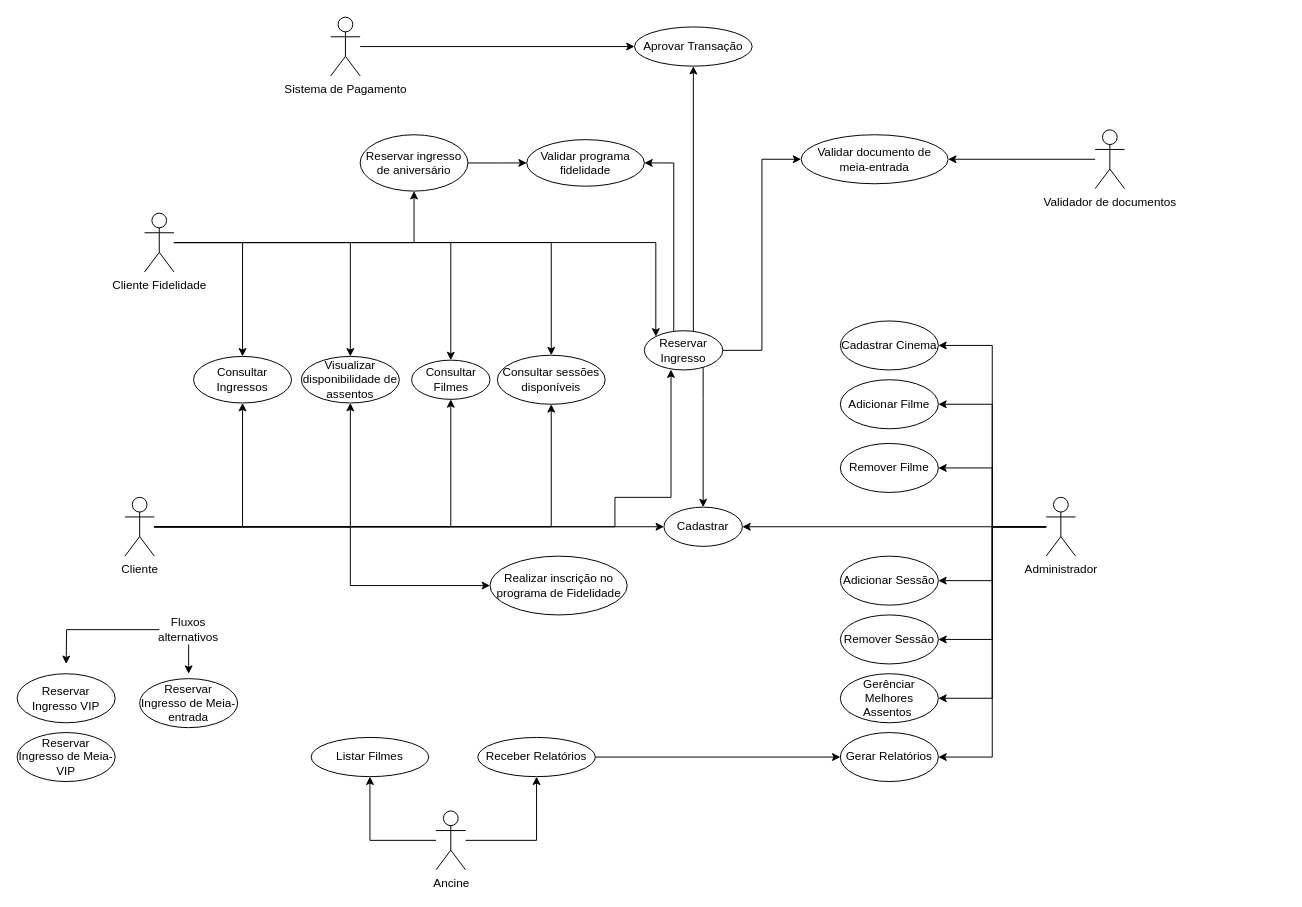
Earlier version of the draw.io diagram Projeto 1.drawio (JnSGoncalves/Modelagem-de-Software). Source tidied: cells renumbered, new cells numbered last; positions are measured from the earlier drawing's top-left corner, leaving out a move shared by most shapes. Both pictures are drawn from the tidied source at 98%, with x=0, y=0 at pixel (17, 17).
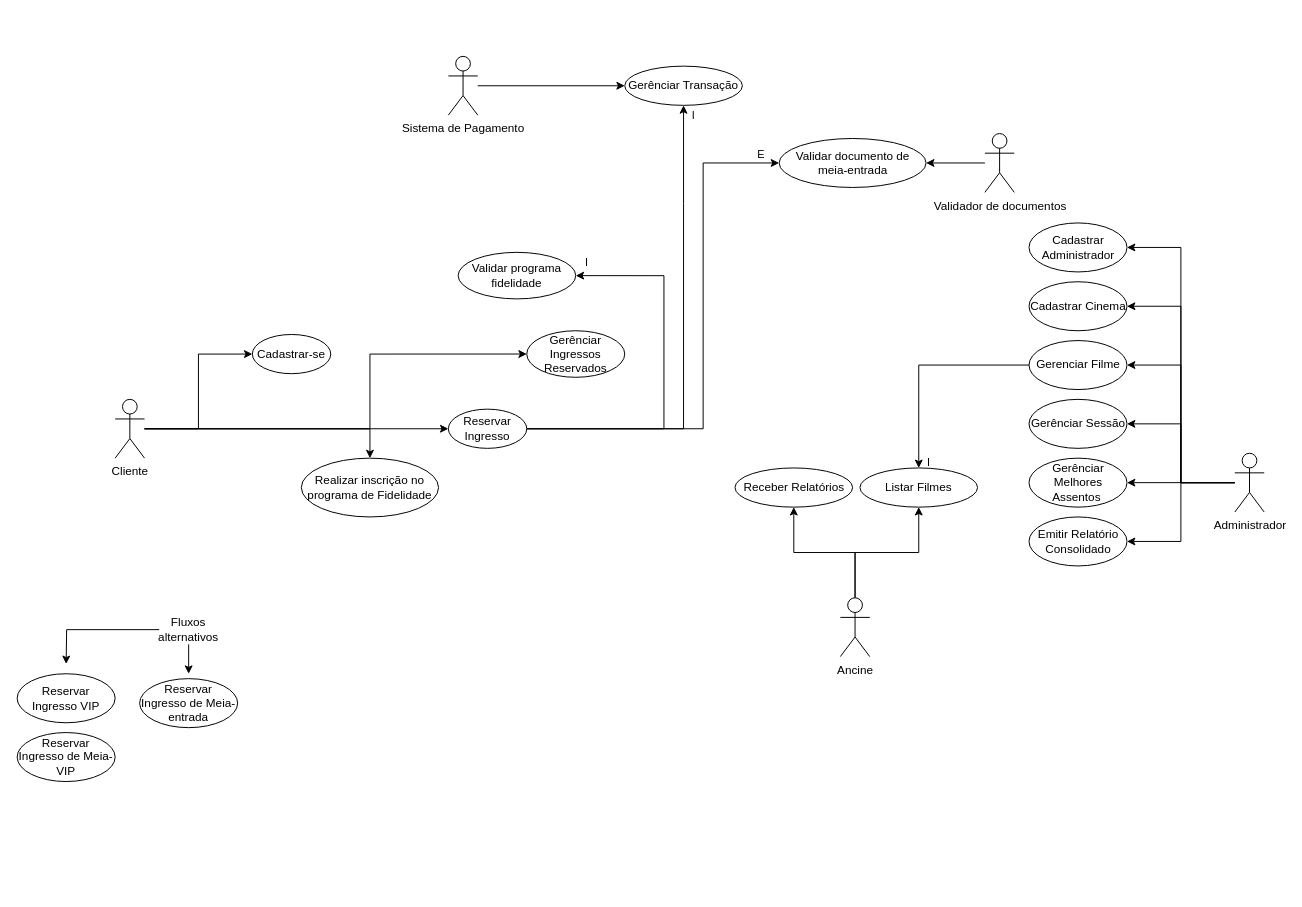
Above is the later version.

What changed in the source:
```diff
@@
+    <mxCell id="3" style="edgeStyle=orthogonalEdgeStyle;rounded=0;jettySize=auto;html=1;entryX=0;entryY=0.5;entryDx=0;entryDy=0;" parent="1" edge="1" source="9" target="25">
+      <mxGeometry relative="1" as="geometry" />
+    </mxCell>
+    <mxCell id="8" style="edgeStyle=orthogonalEdgeStyle;rounded=0;jettySize=auto;html=1;entryX=0.5;entryY=0;entryDx=0;entryDy=0;" parent="1" edge="1" source="9" target="23">
+      <mxGeometry relative="1" as="geometry" />
+    </mxCell>
-    <mxCell id="2" style="edgeStyle=orthogonalEdgeStyle;rounded=0;jettySize=auto;html=1;entryX=0.34;entryY=0.99;entryDx=0;entryDy=0;entryPerimeter=0;" parent="1" edge="1" source="9" target="53">
-      <mxGeometry relative="1" as="geometry">
-        <Array as="points">
-          <mxPoint x="610" y="520" />
-          <mxPoint x="610" y="490" />
-          <mxPoint x="667" y="490" />
-        </Array>
-      </mxGeometry>
+    <mxCell id="2" style="edgeStyle=orthogonalEdgeStyle;rounded=0;jettySize=auto;html=1;" parent="1" edge="1" source="9" target="53">
+      <mxGeometry relative="1" as="geometry" />
     </mxCell>
-    <mxCell id="3" style="edgeStyle=orthogonalEdgeStyle;rounded=0;jettySize=auto;html=1;entryX=0;entryY=0.5;entryDx=0;entryDy=0;" parent="1" edge="1" source="9" target="25">
-      <mxGeometry relative="1" as="geometry" />
-    </mxCell>
-    <mxCell id="4" style="edgeStyle=orthogonalEdgeStyle;rounded=0;jettySize=auto;html=1;entryX=0.5;entryY=1;entryDx=0;entryDy=0;" parent="1" edge="1" source="9" target="42">
-      <mxGeometry relative="1" as="geometry">
-        <Array as="points">
-          <mxPoint x="545" y="520" />
-        </Array>
-      </mxGeometry>
-    </mxCell>
-    <mxCell id="5" style="edgeStyle=orthogonalEdgeStyle;rounded=0;jettySize=auto;html=1;" parent="1" edge="1" source="9" target="24">
-      <mxGeometry relative="1" as="geometry" />
-    </mxCell>
-    <mxCell id="6" style="edgeStyle=orthogonalEdgeStyle;rounded=0;jettySize=auto;html=1;entryX=0.5;entryY=1;entryDx=0;entryDy=0;" parent="1" edge="1" source="9" target="55">
-      <mxGeometry relative="1" as="geometry" />
-    </mxCell>
-    <mxCell id="7" style="edgeStyle=orthogonalEdgeStyle;rounded=0;jettySize=auto;html=1;" parent="1" edge="1" source="9" target="54">
-      <mxGeometry relative="1" as="geometry" />
-    </mxCell>
-    <mxCell id="8" style="edgeStyle=orthogonalEdgeStyle;rounded=0;jettySize=auto;html=1;entryX=0;entryY=0.5;entryDx=0;entryDy=0;" parent="1" edge="1" source="9" target="23">
-      <mxGeometry relative="1" as="geometry">
-        <Array as="points">
-          <mxPoint x="340" y="520" />
-          <mxPoint x="340" y="580" />
-        </Array>
-      </mxGeometry>
-    </mxCell>
+    <mxCell id="65" style="edgeStyle=orthogonalEdgeStyle;rounded=0;jettySize=auto;html=1;entryX=0;entryY=0.5;entryDx=0;entryDy=0;" parent="1" edge="1" source="9" target="69">
+      <mxGeometry relative="1" as="geometry">
+        <Array as="points">
+          <mxPoint x="360" y="420" />
+          <mxPoint x="360" y="344" />
+        </Array>
+      </mxGeometry>
+    </mxCell>
     <mxCell id="9" value="Cliente" style="shape=umlActor;verticalLabelPosition=bottom;verticalAlign=top;html=1;outlineConnect=0;" parent="1" vertex="1">
-      <mxGeometry x="110" y="490" width="30" height="60" as="geometry" />
+      <mxGeometry x="100" y="390" width="30" height="60" as="geometry" />
     </mxCell>
+    <mxCell id="11" style="edgeStyle=orthogonalEdgeStyle;rounded=0;jettySize=auto;html=1;entryX=0.5;entryY=1;entryDx=0;entryDy=0;" parent="1" edge="1" source="12" target="36">
+      <mxGeometry relative="1" as="geometry" />
+    </mxCell>
@@
-    <mxCell id="11" style="edgeStyle=orthogonalEdgeStyle;rounded=0;jettySize=auto;html=1;entryX=0.5;entryY=1;entryDx=0;entryDy=0;" parent="1" edge="1" source="12" target="36">
-      <mxGeometry relative="1" as="geometry" />
-    </mxCell>
     <mxCell id="12" value="Ancine" style="shape=umlActor;verticalLabelPosition=bottom;verticalAlign=top;html=1;outlineConnect=0;" parent="1" vertex="1">
-      <mxGeometry x="427.5" y="810" width="30" height="60" as="geometry" />
+      <mxGeometry x="840" y="592.5" width="30" height="60" as="geometry" />
     </mxCell>
-    <mxCell id="13" style="edgeStyle=orthogonalEdgeStyle;rounded=0;jettySize=auto;html=1;entryX=1;entryY=0.5;entryDx=0;entryDy=0;" parent="1" edge="1" source="21" target="25">
-      <mxGeometry relative="1" as="geometry" />
-    </mxCell>
@@
-    <mxCell id="16" style="edgeStyle=orthogonalEdgeStyle;rounded=0;jettySize=auto;html=1;entryX=1;entryY=0.5;entryDx=0;entryDy=0;" parent="1" edge="1" source="21" target="37">
-      <mxGeometry relative="1" as="geometry" />
-    </mxCell>
@@
-    <mxCell id="19" style="edgeStyle=orthogonalEdgeStyle;rounded=0;jettySize=auto;html=1;entryX=1;entryY=0.5;entryDx=0;entryDy=0;" parent="1" edge="1" source="21" target="63">
-      <mxGeometry relative="1" as="geometry" />
-    </mxCell>
@@
+    <mxCell id="66" style="edgeStyle=orthogonalEdgeStyle;rounded=0;jettySize=auto;html=1;entryX=1;entryY=0.5;entryDx=0;entryDy=0;" parent="1" edge="1" source="21" target="68">
+      <mxGeometry relative="1" as="geometry" />
+    </mxCell>
     <mxCell id="21" value="Administrador" style="shape=umlActor;verticalLabelPosition=bottom;verticalAlign=top;html=1;outlineConnect=0;" parent="1" vertex="1">
-      <mxGeometry x="1050" y="490" width="30" height="60" as="geometry" />
+      <mxGeometry x="1242.5" y="445" width="30" height="60" as="geometry" />
     </mxCell>
-    <mxCell id="22" style="edgeStyle=orthogonalEdgeStyle;rounded=0;jettySize=auto;html=1;entryX=0.5;entryY=1;entryDx=0;entryDy=0;" parent="1" edge="1" source="53" target="41">
-      <mxGeometry relative="1" as="geometry">
+    <mxCell id="22" value="I" style="edgeStyle=orthogonalEdgeStyle;rounded=0;jettySize=auto;html=1;entryX=0.5;entryY=1;entryDx=0;entryDy=0;" parent="1" edge="1" source="53" target="41">
+      <mxGeometry x="0.96" y="-10" relative="1" as="geometry">
         <Array as="points">
-          <mxPoint x="690" y="50" />
+          <mxPoint x="680" y="190" />
+          <mxPoint x="680" y="190" />
         </Array>
       </mxGeometry>
     </mxCell>
     <mxCell id="23" value="Realizar inscrição no programa de Fidelidade" style="ellipse;whiteSpace=wrap;html=1;" parent="1" vertex="1">
-      <mxGeometry x="482.5" y="550" width="140" height="60" as="geometry" />
+      <mxGeometry x="290" y="450" width="140" height="60" as="geometry" />
     </mxCell>
-    <mxCell id="24" value="Consultar Filmes" style="ellipse;whiteSpace=wrap;html=1;" parent="1" vertex="1">
-      <mxGeometry x="402.5" y="350" width="80" height="40" as="geometry" />
-    </mxCell>
-    <mxCell id="25" value="Cadastrar" style="ellipse;whiteSpace=wrap;html=1;" parent="1" vertex="1">
-      <mxGeometry x="660" y="500" width="80" height="40" as="geometry" />
+    <mxCell id="25" value="Cadastrar-se" style="ellipse;whiteSpace=wrap;html=1;" parent="1" vertex="1">
+      <mxGeometry x="240" y="323.8" width="80" height="40" as="geometry" />
     </mxCell>
@@
+    <mxCell id="67" value="I" style="edgeStyle=orthogonalEdgeStyle;rounded=0;jettySize=auto;html=1;entryX=0.5;entryY=0;entryDx=0;entryDy=0;" parent="1" edge="1" source="27" target="36">
+      <mxGeometry x="0.94" y="10" relative="1" as="geometry" />
+    </mxCell>
-    <mxCell id="27" value="Adicionar Filme" style="ellipse;whiteSpace=wrap;html=1;" parent="1" vertex="1">
-      <mxGeometry x="840" y="370" width="100" height="50" as="geometry" />
+    <mxCell id="27" value="Gerenciar Filme" style="ellipse;whiteSpace=wrap;html=1;" parent="1" vertex="1">
+      <mxGeometry x="1032.5" y="330" width="100" height="50" as="geometry" />
     </mxCell>
-    <mxCell id="28" value="Adicionar Sessão" style="ellipse;whiteSpace=wrap;html=1;" parent="1" vertex="1">
-      <mxGeometry x="840" y="550" width="100" height="50" as="geometry" />
+    <mxCell id="28" value="Gerênciar Sessão" style="ellipse;whiteSpace=wrap;html=1;" parent="1" vertex="1">
+      <mxGeometry x="1032.5" y="390" width="100" height="50" as="geometry" />
     </mxCell>
@@
     <mxCell id="30" value="Sistema de Pagamento" style="shape=umlActor;verticalLabelPosition=bottom;verticalAlign=top;html=1;outlineConnect=0;" parent="1" vertex="1">
-      <mxGeometry x="320" width="30" height="60" as="geometry" />
+      <mxGeometry x="440" y="40" width="30" height="60" as="geometry" />
     </mxCell>
@@
-    <mxCell id="34" style="edgeStyle=orthogonalEdgeStyle;rounded=0;jettySize=auto;html=1;entryX=0;entryY=0.5;entryDx=0;entryDy=0;" parent="1" edge="1" source="35" target="64">
-      <mxGeometry relative="1" as="geometry" />
-    </mxCell>
     <mxCell id="35" value="Receber Relatórios" style="ellipse;whiteSpace=wrap;html=1;" parent="1" vertex="1">
-      <mxGeometry x="470" y="735" width="120" height="40" as="geometry" />
+      <mxGeometry x="732.5" y="460" width="120" height="40" as="geometry" />
     </mxCell>
     <mxCell id="36" value="Listar Filmes" style="ellipse;whiteSpace=wrap;html=1;" parent="1" vertex="1">
-      <mxGeometry x="300" y="735" width="120" height="40" as="geometry" />
+      <mxGeometry x="860" y="460" width="120" height="40" as="geometry" />
     </mxCell>
-    <mxCell id="37" value="Remover Filme" style="ellipse;whiteSpace=wrap;html=1;" parent="1" vertex="1">
-      <mxGeometry x="840" y="435" width="100" height="50" as="geometry" />
-    </mxCell>
@@
     <mxCell id="40" value="Gerênciar Melhores Assentos&amp;nbsp;" style="ellipse;whiteSpace=wrap;html=1;" parent="1" vertex="1">
-      <mxGeometry x="840" y="670" width="100" height="50" as="geometry" />
+      <mxGeometry x="1032.5" y="450" width="100" height="50" as="geometry" />
     </mxCell>
-    <mxCell id="41" value="Aprovar Transação" style="ellipse;whiteSpace=wrap;html=1;" parent="1" vertex="1">
-      <mxGeometry x="630" y="10" width="120" height="40" as="geometry" />
+    <mxCell id="41" value="Gerênciar Transação" style="ellipse;whiteSpace=wrap;html=1;" parent="1" vertex="1">
+      <mxGeometry x="620" y="50" width="120" height="40" as="geometry" />
     </mxCell>
-    <mxCell id="42" value="&lt;span style=&quot;text-align: left;&quot;&gt;Consultar sessões disponíveis&lt;/span&gt;" style="ellipse;whiteSpace=wrap;html=1;" parent="1" vertex="1">
-      <mxGeometry x="490" y="345" width="110" height="50" as="geometry" />
-    </mxCell>
-    <mxCell id="43" style="edgeStyle=orthogonalEdgeStyle;rounded=0;jettySize=auto;html=1;entryX=0.5;entryY=0;entryDx=0;entryDy=0;" parent="1" edge="1" source="49" target="24">
-      <mxGeometry relative="1" as="geometry" />
-    </mxCell>
-    <mxCell id="44" style="edgeStyle=orthogonalEdgeStyle;rounded=0;jettySize=auto;html=1;entryX=0.5;entryY=0;entryDx=0;entryDy=0;" parent="1" edge="1" source="49" target="42">
-      <mxGeometry relative="1" as="geometry" />
-    </mxCell>
-    <mxCell id="45" style="edgeStyle=orthogonalEdgeStyle;rounded=0;jettySize=auto;html=1;" parent="1" edge="1" source="53" target="25">
-      <mxGeometry relative="1" as="geometry">
-        <Array as="points">
-          <mxPoint x="700" y="390" />
-          <mxPoint x="700" y="390" />
-        </Array>
-      </mxGeometry>
-    </mxCell>
-    <mxCell id="46" style="edgeStyle=orthogonalEdgeStyle;rounded=0;jettySize=auto;html=1;" parent="1" edge="1" source="49" target="55">
-      <mxGeometry relative="1" as="geometry" />
-    </mxCell>
-    <mxCell id="47" style="edgeStyle=orthogonalEdgeStyle;rounded=0;jettySize=auto;html=1;" parent="1" edge="1" source="49" target="54">
-      <mxGeometry relative="1" as="geometry" />
-    </mxCell>
-    <mxCell id="48" style="edgeStyle=orthogonalEdgeStyle;rounded=0;jettySize=auto;html=1;entryX=0.5;entryY=1;entryDx=0;entryDy=0;" parent="1" edge="1" source="49" target="57">
-      <mxGeometry relative="1" as="geometry" />
-    </mxCell>
-    <mxCell id="49" value="Cliente Fidelidade" style="shape=umlActor;verticalLabelPosition=bottom;verticalAlign=top;html=1;outlineConnect=0;" parent="1" vertex="1">
-      <mxGeometry x="130" y="200" width="30" height="60" as="geometry" />
-    </mxCell>
-    <mxCell id="50" style="edgeStyle=orthogonalEdgeStyle;rounded=0;jettySize=auto;html=1;entryX=0;entryY=0;entryDx=0;entryDy=0;" parent="1" edge="1" source="49" target="53">
-      <mxGeometry relative="1" as="geometry" />
-    </mxCell>
+    <mxCell id="52" value="E" style="edgeStyle=orthogonalEdgeStyle;rounded=0;jettySize=auto;html=1;entryX=0;entryY=0.5;entryDx=0;entryDy=0;" parent="1" edge="1" source="53" target="61">
+      <mxGeometry x="0.93" y="9" relative="1" as="geometry">
+        <Array as="points">
+          <mxPoint x="700" y="149" />
+        </Array>
+      </mxGeometry>
+    </mxCell>
-    <mxCell id="51" style="edgeStyle=orthogonalEdgeStyle;rounded=0;jettySize=auto;html=1;entryX=1;entryY=0.5;entryDx=0;entryDy=0;" parent="1" edge="1" source="53" target="58">
-      <mxGeometry relative="1" as="geometry">
+    <mxCell id="51" value="I" style="edgeStyle=orthogonalEdgeStyle;rounded=0;jettySize=auto;html=1;entryX=1;entryY=0.5;entryDx=0;entryDy=0;" parent="1" edge="1" source="53" target="58">
+      <mxGeometry x="0.94" y="-14" relative="1" as="geometry">
         <Array as="points">
-          <mxPoint x="670" y="149" />
+          <mxPoint x="660" y="264" />
         </Array>
       </mxGeometry>
     </mxCell>
-    <mxCell id="52" style="edgeStyle=orthogonalEdgeStyle;rounded=0;jettySize=auto;html=1;entryX=0;entryY=0.5;entryDx=0;entryDy=0;" parent="1" edge="1" source="53" target="61">
-      <mxGeometry relative="1" as="geometry" />
-    </mxCell>
     <mxCell id="53" value="Reservar Ingresso" style="ellipse;whiteSpace=wrap;html=1;" parent="1" vertex="1">
-      <mxGeometry x="640" y="320" width="80" height="40" as="geometry" />
+      <mxGeometry x="440" y="400" width="80" height="40" as="geometry" />
     </mxCell>
-    <mxCell id="54" value="Visualizar disponibilidade de assentos" style="ellipse;whiteSpace=wrap;html=1;" parent="1" vertex="1">
-      <mxGeometry x="290" y="346.2" width="100" height="47.5" as="geometry" />
-    </mxCell>
-    <mxCell id="55" value="Consultar Ingressos" style="ellipse;whiteSpace=wrap;html=1;" parent="1" vertex="1">
-      <mxGeometry x="180" y="346.2" width="100" height="47.5" as="geometry" />
-    </mxCell>
-    <mxCell id="56" style="edgeStyle=orthogonalEdgeStyle;rounded=0;jettySize=auto;html=1;entryX=0;entryY=0.5;entryDx=0;entryDy=0;" parent="1" edge="1" source="57" target="58">
-      <mxGeometry relative="1" as="geometry" />
-    </mxCell>
-    <mxCell id="57" value="Reservar ingresso de aniversário" style="ellipse;whiteSpace=wrap;html=1;" parent="1" vertex="1">
-      <mxGeometry x="350" y="120" width="110" height="57.5" as="geometry" />
-    </mxCell>
     <mxCell id="58" value="Validar programa fidelidade" style="ellipse;whiteSpace=wrap;html=1;" parent="1" vertex="1">
-      <mxGeometry x="520" y="125" width="120" height="47.5" as="geometry" />
+      <mxGeometry x="450" y="240" width="120" height="47.5" as="geometry" />
     </mxCell>
@@
     <mxCell id="60" value="Validador de documentos" style="shape=umlActor;verticalLabelPosition=bottom;verticalAlign=top;html=1;outlineConnect=0;" parent="1" vertex="1">
-      <mxGeometry x="1100" y="115" width="30" height="60" as="geometry" />
+      <mxGeometry x="987.5" y="118.8" width="30" height="60" as="geometry" />
     </mxCell>
     <mxCell id="61" value="Validar documento de meia-entrada" style="ellipse;whiteSpace=wrap;html=1;" parent="1" vertex="1">
-      <mxGeometry x="800" y="120" width="150" height="50" as="geometry" />
+      <mxGeometry x="777.5" y="123.8" width="150" height="50" as="geometry" />
     </mxCell>
     <mxCell id="62" value="Cadastrar Cinema" style="ellipse;whiteSpace=wrap;html=1;" parent="1" vertex="1">
-      <mxGeometry x="840" y="310" width="100" height="50" as="geometry" />
+      <mxGeometry x="1032.5" y="270" width="100" height="50" as="geometry" />
     </mxCell>
-    <mxCell id="63" value="Remover Sessão" style="ellipse;whiteSpace=wrap;html=1;" parent="1" vertex="1">
-      <mxGeometry x="840" y="610" width="100" height="50" as="geometry" />
-    </mxCell>
-    <mxCell id="64" value="Gerar Relatórios" style="ellipse;whiteSpace=wrap;html=1;" parent="1" vertex="1">
-      <mxGeometry x="840" y="730" width="100" height="50" as="geometry" />
+    <mxCell id="64" value="Emitir Relatório Consolidado" style="ellipse;whiteSpace=wrap;html=1;" parent="1" vertex="1">
+      <mxGeometry x="1032.5" y="510" width="100" height="50" as="geometry" />
     </mxCell>
+    <mxCell id="68" value="Cadastrar Administrador" style="ellipse;whiteSpace=wrap;html=1;" parent="1" vertex="1">
+      <mxGeometry x="1032.5" y="210" width="100" height="50" as="geometry" />
+    </mxCell>
+    <mxCell id="69" value="Gerênciar Ingressos Reservados" style="ellipse;whiteSpace=wrap;html=1;" parent="1" vertex="1">
+      <mxGeometry x="520" y="320" width="100" height="47.5" as="geometry" />
+    </mxCell>
```
